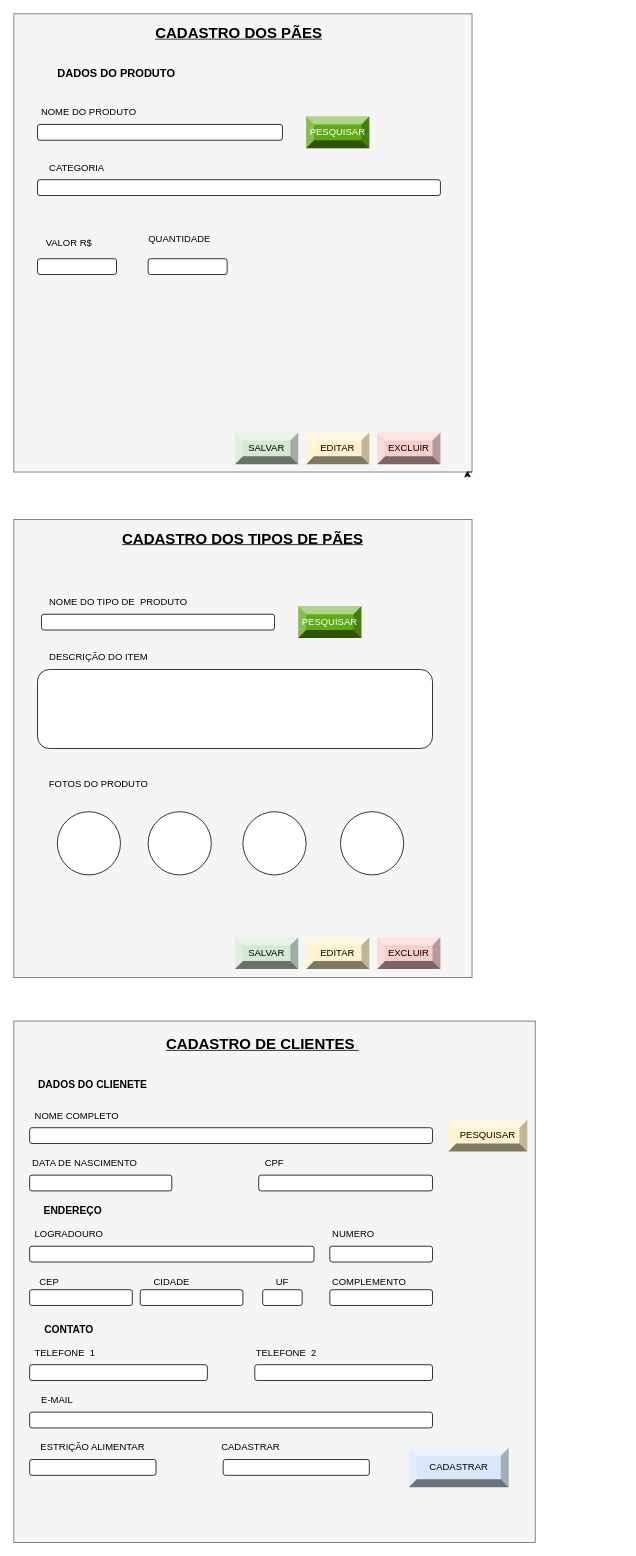
The draw.io diagram Diagramas/Prototipagem.drawio in LeozinRomeiro/Modelagem_SENAI_CTM, before the edit. Source tidied: cells renumbered, new cells numbered last; positions are measured from the earlier drawing's top-left corner, leaving out a move shared by most shapes. Both pictures are drawn from the tidied source at 79%, with x=0, y=0 at pixel (13, 13).
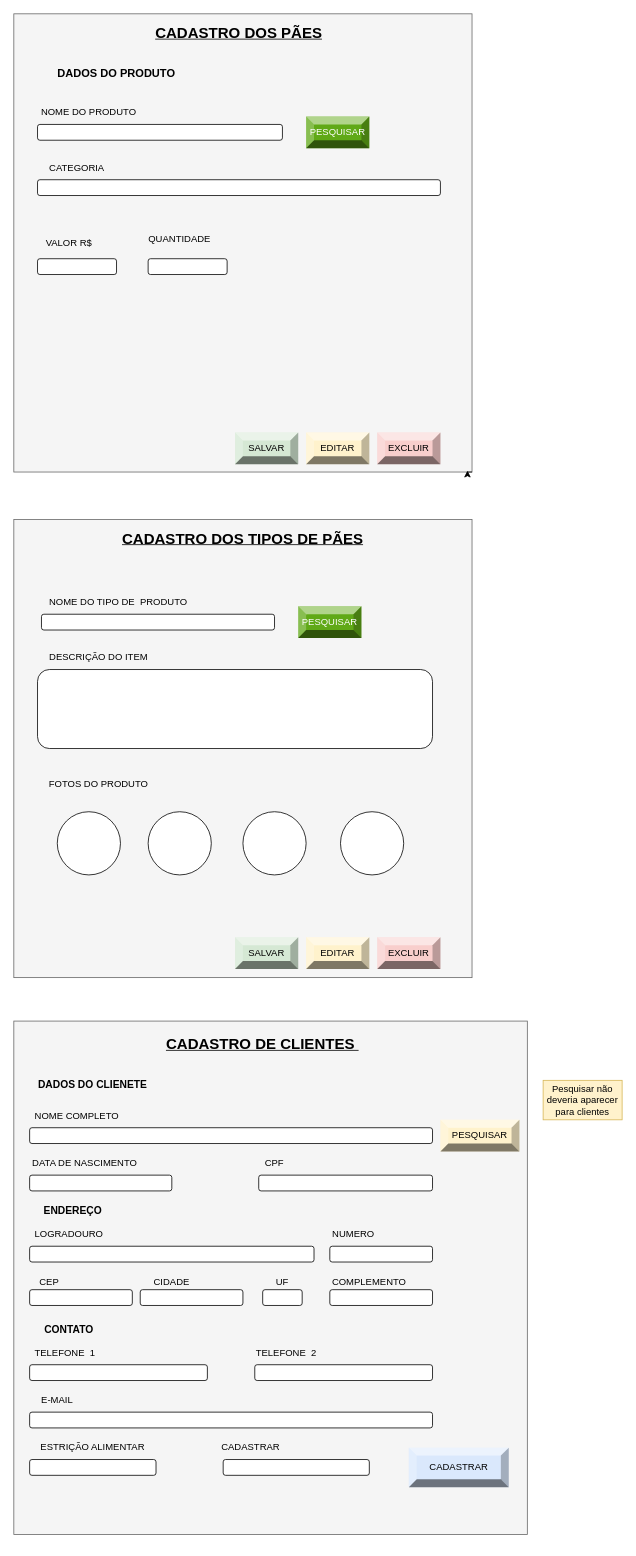
The same diagram, later.

Diff of the diagram source:
```diff
@@
     <mxCell id="33" style="whiteSpace=wrap;html=1;fillColor=#f5f5f5;strokeColor=#666666;fontColor=#333333;" parent="1" vertex="1">
-      <mxGeometry y="1275" width="660" height="660" as="geometry" />
+      <mxGeometry y="1275" width="650" height="650" as="geometry" />
     </mxCell>
@@
     <mxCell id="67" value="PESQUISAR" style="labelPosition=center;verticalLabelPosition=middle;align=center;html=1;shape=mxgraph.basic.shaded_button;dx=10;fillColor=#fff2cc;strokeColor=#d6b656;whiteSpace=wrap;" parent="1" vertex="1">
-      <mxGeometry x="550" y="1400" width="100" height="40" as="geometry" />
+      <mxGeometry x="540" y="1400" width="100" height="40" as="geometry" />
     </mxCell>
+    <mxCell id="68" value="Pesquisar não deveria aparecer para clientes" style="text;html=1;strokeColor=#d6b656;fillColor=#fff2cc;align=center;verticalAlign=middle;whiteSpace=wrap;rounded=0;" parent="1" vertex="1">
+      <mxGeometry x="670" y="1350" width="100" height="50" as="geometry" />
+    </mxCell>
```
